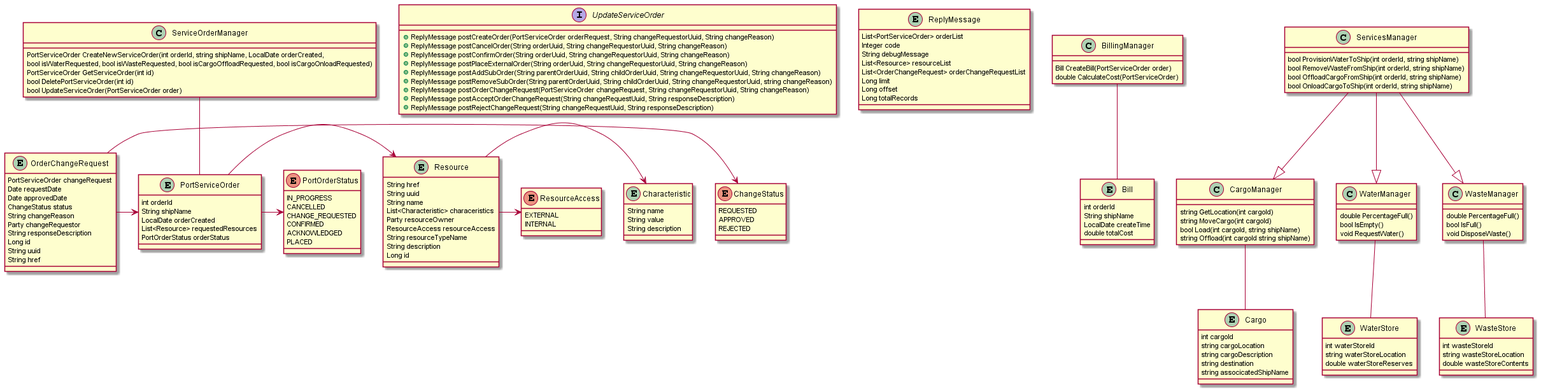
Earlier version of the PlantUML export designs/UML/Stevedores_plantuml/Stevedores_plantuml.png (JoaoSoaresBota/StevedoreAppB). Source of this version:
```plantuml
@startuml
interface UpdateServiceOrder{
    +ReplyMessage postCreateOrder(PortServiceOrder orderRequest, String changeRequestorUuid, String changeReason)
    +ReplyMessage postCancelOrder(String orderUuid, String changeRequestorUuid, String changeReason)
    +ReplyMessage postConfirmOrder(String orderUuid, String changeRequestorUuid, String changeReason)
    +ReplyMessage postPlaceExternalOrder(String orderUuid, String changeRequestorUuid, String changeReason)
    +ReplyMessage postAddSubOrder(String parentOrderUuid, String childOrderUuid, String changeRequestorUuid, String changeReason)
    +ReplyMessage postRemoveSubOrder(String parentOrderUuid, String childOrderUuid, String changeRequestorUuid, string changeReason)
    +ReplyMessage postOrderChangeRequest(PortServiceOrder changeRequest, String changeRequestorUuid, String changeReason)
    +ReplyMessage postAcceptOrderChangeRequest(String changeRequestUuid, String responseDescription)
    +ReplyMessage postRejectChangeRequest(String changeRequestUuid, String responseDescription)

}

entity ReplyMessage{
    List<PortServiceOrder> orderList
    Integer code
    String debugMessage
    List<Resource> resourceList
    List<OrderChangeRequest> orderChangeRequestList
    Long limit
    Long offset
    Long totalRecords
}

entity Resource{
    String href
    String uuid
    String name
    List<Characteristic> characeristics
    Party resourceOwner
    ResourceAccess resourceAccess
    String resourceTypeName
    String description
    Long id
}

entity Characteristic{
    String name
    String value
    String description
}

enum ResourceAccess{
    EXTERNAL
    INTERNAL
}

entity OrderChangeRequest{
    PortServiceOrder changeRequest
    Date requestDate
    Date approvedDate
    ChangeStatus status
    String changeReason
    Party changeRequestor
    String responseDescription
    Long id
    String uuid
    String href
}

enum ChangeStatus{
    REQUESTED
    APPROVED
    REJECTED
}

entity PortServiceOrder {
    int orderId
    String shipName
    LocalDate orderCreated
    List<Resource> requestedResources
    PortOrderStatus orderStatus
}

enum PortOrderStatus{
    IN_PROGRESS
    CANCELLED
    CHANGE_REQUESTED
    CONFIRMED
    ACKNOWLEDGED
    PLACED
}

entity Bill {
    int orderId
    String shipName
    LocalDate createTime
    double totalCost
}

entity Cargo {
    int cargoId
    string cargoLocation
    string cargoDescription
    string destination
    string associcatedShipName
}

entity WaterStore {
    int waterStoreId
    string waterStoreLocation
    double waterStoreReserves
}

entity WasteStore {
    int wasteStoreId
    string wasteStoreLocation
    double wasteStoreContents
}


ServiceOrderManager -- PortServiceOrder
BillingManager -- Bill
ServicesManager --|> CargoManager
ServicesManager --|> WaterManager
ServicesManager --|> WasteManager
CargoManager -- Cargo
WaterManager -- WaterStore
WasteManager -- WasteStore
Resource -> Characteristic
OrderChangeRequest -> ChangeStatus
PortServiceOrder -> Resource
PortServiceOrder -> PortOrderStatus
OrderChangeRequest -> PortServiceOrder
Resource -> ResourceAccess


class ServiceOrderManager {
    PortServiceOrder CreateNewServiceOrder(int orderId, string shipName, LocalDate orderCreated,
    bool isWaterRequested, bool isWasteRequested, bool isCargoOffloadRequested, bool isCargoOnloadRequested)
        PortServiceOrder GetServiceOrder(int id)
    bool DeletePortServiceOrder(int id)
    bool UpdateServiceOrder(PortServiceOrder order)
}

class BillingManager {
    Bill CreateBill(PortServiceOrder order)
    double CalculateCost(PortServiceOrder)
}

class ServicesManager {
    bool ProvisionWaterToShip(int orderId, string shipName)
    bool RemoveWasteFromShip(int orderId, string shipName)
    bool OffloadCargoFromShip(int orderId, string shipName)
    bool OnloadCargoToShip(int orderId, string shipName)
}

class CargoManager {
    string GetLocation(int cargoId)
    string MoveCargo(int cargoId)
    bool Load(int cargoId, string shipName)
    string Offload(int cargoId string shipName)
}

class WaterManager {
    double PercentageFull()
    bool IsEmpty()
    void RequestWater()
}

class WasteManager {
    double PercentageFull()
    bool IsFull()
    void DisposeWaste()
}


@enduml
```
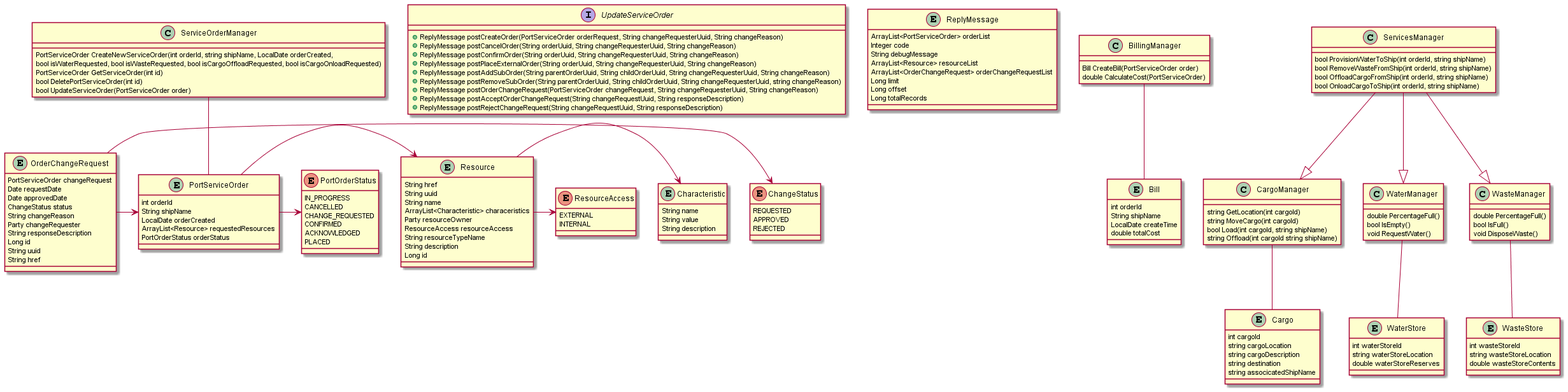
After the change.

Change to the diagram source:
```diff
@@ -1,23 +1,23 @@
 @startuml
 interface UpdateServiceOrder{
-    +ReplyMessage postCreateOrder(PortServiceOrder orderRequest, String changeRequestorUuid, String changeReason)
-    +ReplyMessage postCancelOrder(String orderUuid, String changeRequestorUuid, String changeReason)
-    +ReplyMessage postConfirmOrder(String orderUuid, String changeRequestorUuid, String changeReason)
-    +ReplyMessage postPlaceExternalOrder(String orderUuid, String changeRequestorUuid, String changeReason)
-    +ReplyMessage postAddSubOrder(String parentOrderUuid, String childOrderUuid, String changeRequestorUuid, String changeReason)
-    +ReplyMessage postRemoveSubOrder(String parentOrderUuid, String childOrderUuid, String changeRequestorUuid, string changeReason)
-    +ReplyMessage postOrderChangeRequest(PortServiceOrder changeRequest, String changeRequestorUuid, String changeReason)
+    +ReplyMessage postCreateOrder(PortServiceOrder orderRequest, String changeRequesterUuid, String changeReason)
+    +ReplyMessage postCancelOrder(String orderUuid, String changeRequesterUuid, String changeReason)
+    +ReplyMessage postConfirmOrder(String orderUuid, String changeRequesterUuid, String changeReason)
+    +ReplyMessage postPlaceExternalOrder(String orderUuid, String changeRequesterUuid, String changeReason)
+    +ReplyMessage postAddSubOrder(String parentOrderUuid, String childOrderUuid, String changeRequesterUuid, String changeReason)
+    +ReplyMessage postRemoveSubOrder(String parentOrderUuid, String childOrderUuid, String changeRequesterUuid, string changeReason)
+    +ReplyMessage postOrderChangeRequest(PortServiceOrder changeRequest, String changeRequesterUuid, String changeReason)
     +ReplyMessage postAcceptOrderChangeRequest(String changeRequestUuid, String responseDescription)
     +ReplyMessage postRejectChangeRequest(String changeRequestUuid, String responseDescription)
 
 }
 
 entity ReplyMessage{
-    List<PortServiceOrder> orderList
+    ArrayList<PortServiceOrder> orderList
     Integer code
     String debugMessage
-    List<Resource> resourceList
-    List<OrderChangeRequest> orderChangeRequestList
+    ArrayList<Resource> resourceList
+    ArrayList<OrderChangeRequest> orderChangeRequestList
     Long limit
     Long offset
     Long totalRecords
@@ -27,7 +27,7 @@
     String href
     String uuid
     String name
-    List<Characteristic> characeristics
+    ArrayList<Characteristic> characeristics
     Party resourceOwner
     ResourceAccess resourceAccess
     String resourceTypeName
@@ -52,7 +52,7 @@
     Date approvedDate
     ChangeStatus status
     String changeReason
-    Party changeRequestor
+    Party changeRequester
     String responseDescription
     Long id
     String uuid
@@ -69,7 +69,7 @@
     int orderId
     String shipName
     LocalDate orderCreated
-    List<Resource> requestedResources
+    ArrayList<Resource> requestedResources
     PortOrderStatus orderStatus
 }
 
```
